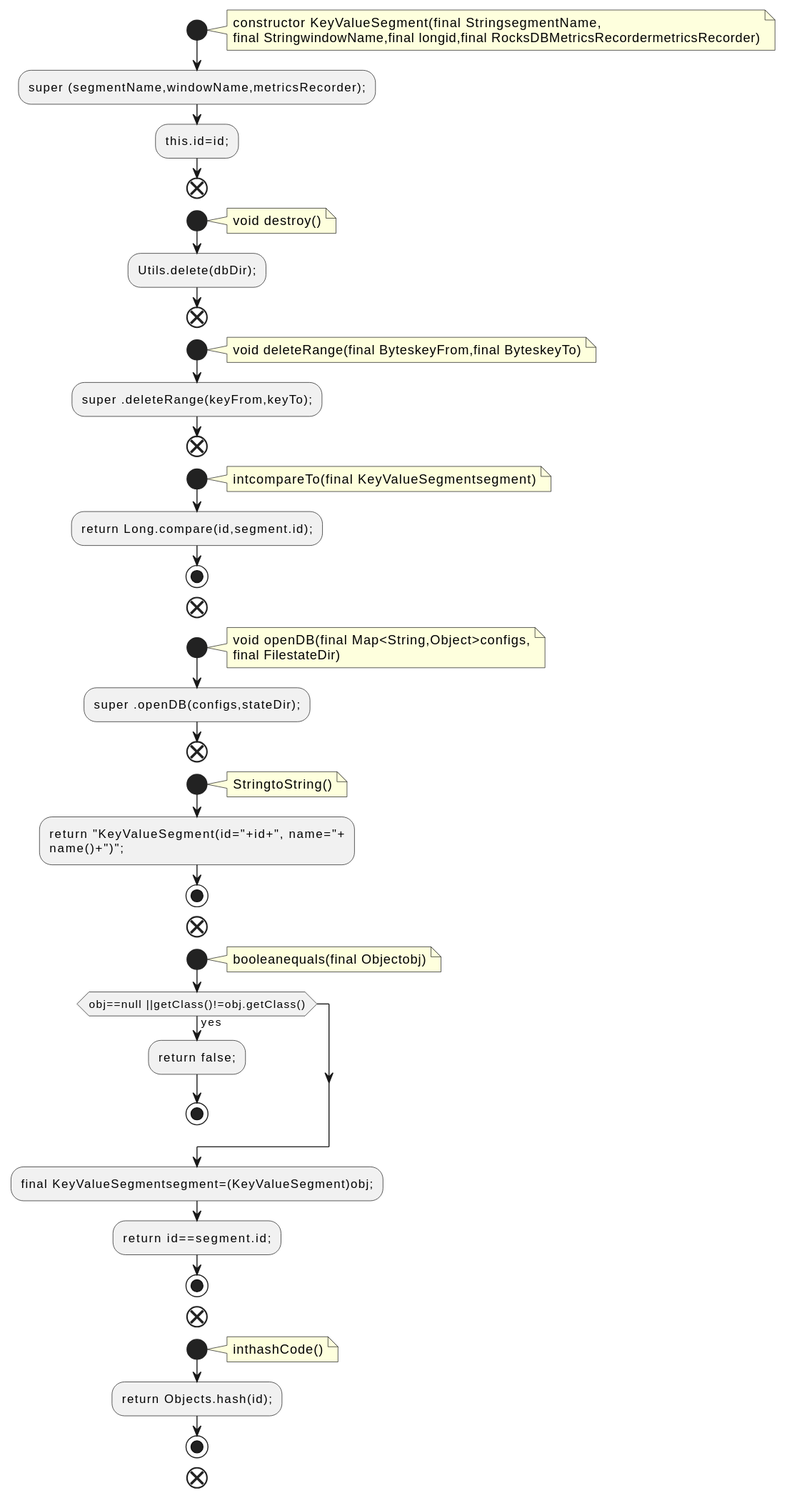
qualitesys/kafka keeps this PlantUML diagram as docs/qc/streams/src/main/java/org/apache/kafka/streams/state/internals/KeyValueSegment.java.fct.svg. Above is the earlier version.
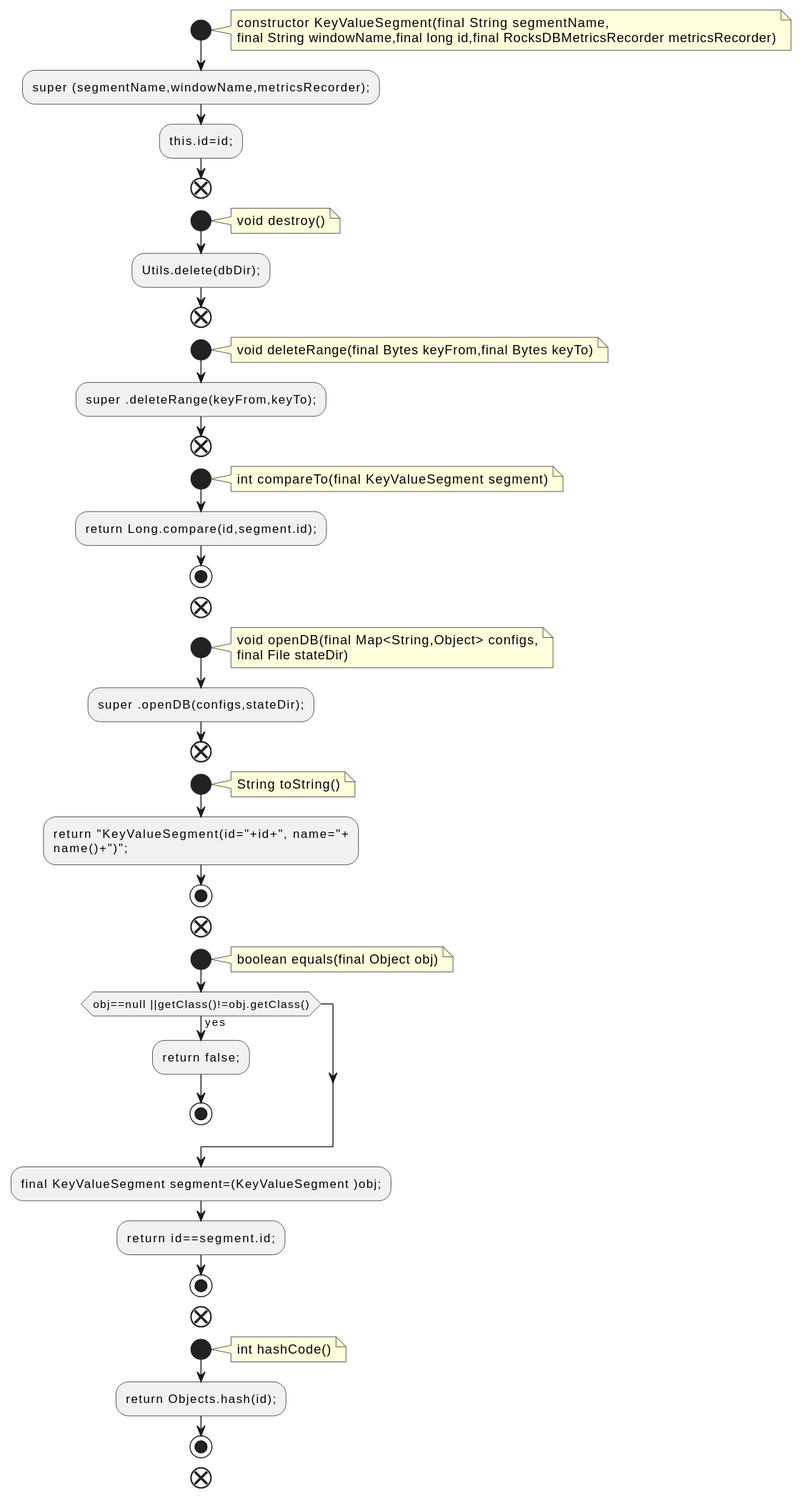
Above is the later version.

Diff of the diagram source:
```diff
@@ -2,8 +2,8 @@
 !pragma layout smetana
 start
 note right
-constructor KeyValueSegment(final StringsegmentName,
-final StringwindowName,final longid,final RocksDBMetricsRecordermetricsRecorder)
+constructor KeyValueSegment(final String segmentName,
+final String windowName,final long id,final RocksDBMetricsRecorder metricsRecorder)
 end note
 :super (segmentName,windowName,metricsRecorder);;
 :this.id=id;;
@@ -16,27 +16,27 @@
 end
 start
 note right
-void deleteRange(final ByteskeyFrom,final ByteskeyTo)
+void deleteRange(final Bytes keyFrom,final Bytes keyTo)
 end note
 :super .deleteRange(keyFrom,keyTo);;
 end
 start
 note right
-intcompareTo(final KeyValueSegmentsegment)
+int compareTo(final KeyValueSegment segment)
 end note
 :return Long.compare(id,segment.id);;
 stop
 end
 start
 note right
-void openDB(final Map<String,Object>configs,
-final FilestateDir)
+void openDB(final Map<String,Object> configs,
+final File stateDir)
 end note
 :super .openDB(configs,stateDir);;
 end
 start
 note right
-StringtoString()
+String toString()
 end note
 :return "KeyValueSegment(id="+id+", name="+
 name()+")";;
@@ -44,19 +44,19 @@
 end
 start
 note right
-booleanequals(final Objectobj)
+boolean equals(final Object obj)
 end note
 if (obj==null ||getClass()!=obj.getClass()) then (yes)
 :return false;;
 stop
 endif
-:final KeyValueSegmentsegment=(KeyValueSegment)obj;;
+:final KeyValueSegment segment=(KeyValueSegment )obj;;
 :return id==segment.id;;
 stop
 end
 start
 note right
-inthashCode()
+int hashCode()
 end note
 :return Objects.hash(id);;
 stop
```
